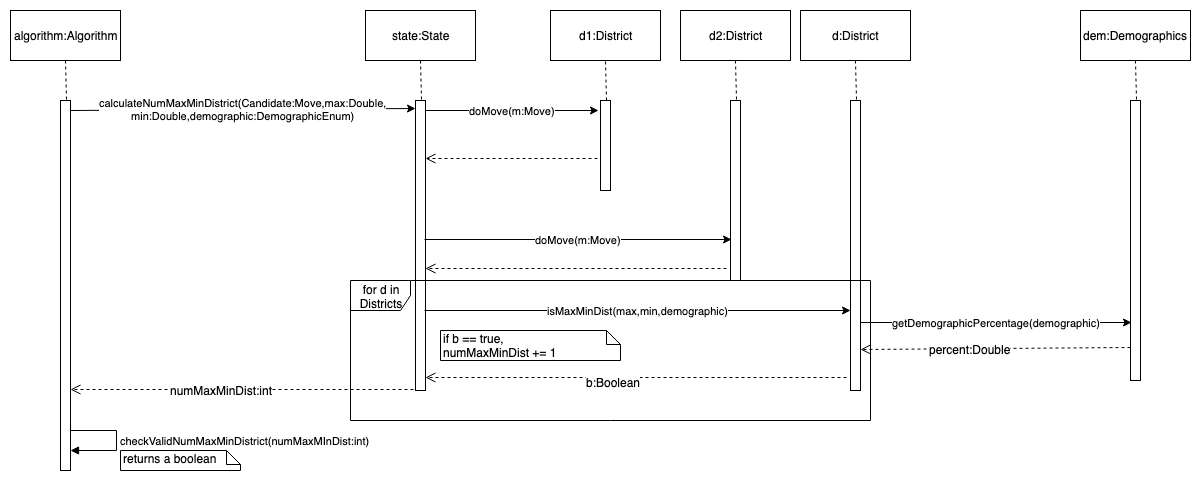
The draw.io diagram Presentation/SequenceDiagrams/31. Use majority-minority district constraint in precinct candidate selection.png in Randypaquette13/CSE308New, before a commit. Source tidied: cells renumbered, new cells last; positions are measured from the earlier drawing's top-left corner, leaving out a move shared by most shapes.
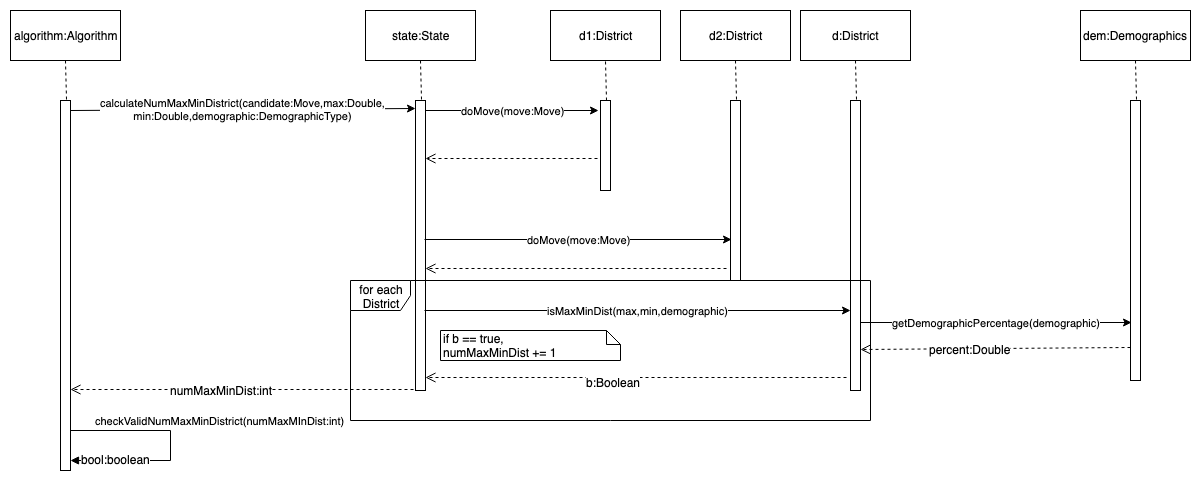
After the commit.

What changed in the source:
```diff
@@ -20,7 +20,7 @@
     <mxCell id="7" style="endArrow=none;dashed=1;html=1;entryX=0.5;entryY=1;entryDx=0;entryDy=0;exitX=0.6;exitY=-0.004;exitDx=0;exitDy=0;exitPerimeter=0;" parent="1" edge="1" source="5" target="6">
       <mxGeometry relative="1" as="geometry" />
     </mxCell>
-    <mxCell id="8" value="calculateNumMaxMinDistrict(Candidate:Move,max:Double,&lt;br&gt;min:Double,demographic:DemographicEnum)&lt;br&gt;" style="endArrow=classic;html=1;exitX=1;exitY=0.026;exitDx=0;exitDy=0;exitPerimeter=0;entryX=0;entryY=0.026;entryDx=0;entryDy=0;entryPerimeter=0;" parent="1" edge="1" source="2" target="5">
+    <mxCell id="8" value="calculateNumMaxMinDistrict(candidate:Move,max:Double,&lt;br&gt;min:Double,demographic:DemographicType)&lt;br&gt;" style="endArrow=classic;html=1;exitX=1;exitY=0.026;exitDx=0;exitDy=0;exitPerimeter=0;entryX=0;entryY=0.026;entryDx=0;entryDy=0;entryPerimeter=0;" parent="1" edge="1" source="2" target="5">
       <mxGeometry relative="1" as="geometry" />
     </mxCell>
     <mxCell id="9" style="html=1;points=[];perimeter=orthogonalPerimeter;" parent="1" vertex="1">
@@ -50,13 +50,13 @@
     <mxCell id="17" style="endArrow=none;dashed=1;html=1;entryX=0.5;entryY=1;entryDx=0;entryDy=0;exitX=0.6;exitY=-0.004;exitDx=0;exitDy=0;exitPerimeter=0;" parent="1" edge="1" source="15" target="16">
       <mxGeometry relative="1" as="geometry" />
     </mxCell>
-    <mxCell id="18" value="doMove(m:Move)" style="endArrow=classic;html=1;exitX=1.1;exitY=0.017;exitDx=0;exitDy=0;exitPerimeter=0;" parent="1" edge="1">
+    <mxCell id="18" value="doMove(move:Move)" style="endArrow=classic;html=1;exitX=1.1;exitY=0.017;exitDx=0;exitDy=0;exitPerimeter=0;" parent="1" edge="1">
       <mxGeometry relative="1" as="geometry">
         <mxPoint x="415" y="100" as="sourcePoint" />
         <mxPoint x="588" y="100" as="targetPoint" />
       </mxGeometry>
     </mxCell>
-    <mxCell id="19" value="doMove(m:Move)" style="endArrow=classic;html=1;entryX=0.1;entryY=0.772;entryDx=0;entryDy=0;entryPerimeter=0;" parent="1" edge="1" target="15">
+    <mxCell id="19" value="doMove(move:Move)" style="endArrow=classic;html=1;entryX=0.1;entryY=0.772;entryDx=0;entryDy=0;entryPerimeter=0;" parent="1" edge="1" target="15">
       <mxGeometry relative="1" as="geometry">
         <mxPoint x="414" y="229" as="sourcePoint" />
       </mxGeometry>
@@ -102,25 +102,25 @@
     <mxCell id="32" value="percent:Double" style="text;html=1;align=center;verticalAlign=middle;labelBackgroundColor=#ffffff;" parent="31" vertex="1">
       <mxGeometry x="0.2" relative="1" as="geometry" />
     </mxCell>
-    <mxCell id="33" value="for d in Districts" style="shape=umlFrame;whiteSpace=wrap;html=1;" parent="1" vertex="1">
+    <mxCell id="33" value="for each District" style="shape=umlFrame;whiteSpace=wrap;html=1;" parent="1" vertex="1">
       <mxGeometry x="340" y="270" width="520" height="140" as="geometry" />
     </mxCell>
     <mxCell id="34" value="if b == true,&lt;br&gt;numMaxMinDist += 1&lt;br&gt;" style="shape=note;whiteSpace=wrap;html=1;size=14;verticalAlign=top;align=left;spacingTop=-6;" parent="1" vertex="1">
       <mxGeometry x="430" y="320" width="180" height="30" as="geometry" />
     </mxCell>
     <mxCell id="35" value="checkValidNumMaxMinDistrict(numMaxMInDist:int)" style="edgeStyle=orthogonalEdgeStyle;html=1;align=left;spacingLeft=2;endArrow=block;rounded=0;" parent="1" edge="1">
-      <mxGeometry relative="1" as="geometry">
+      <mxGeometry x="-0.82" y="10" relative="1" as="geometry">
         <mxPoint x="60" y="420" as="sourcePoint" />
-        <mxPoint x="60" y="440" as="targetPoint" />
+        <mxPoint x="60" y="450" as="targetPoint" />
         <Array as="points">
-          <mxPoint x="106" y="420" />
-          <mxPoint x="106" y="440" />
-          <mxPoint x="60" y="440" />
+          <mxPoint x="160" y="420" />
+          <mxPoint x="160" y="450" />
+          <mxPoint x="60" y="450" />
         </Array>
       </mxGeometry>
     </mxCell>
-    <mxCell id="36" value="returns a boolean" style="shape=note;whiteSpace=wrap;html=1;size=14;verticalAlign=top;align=left;spacingTop=-6;" parent="1" vertex="1">
-      <mxGeometry x="110" y="440" width="120" height="20" as="geometry" />
-    </mxCell>
+    <mxCell id="37" value="bool:boolean" style="text;html=1;align=center;verticalAlign=middle;labelBackgroundColor=#ffffff;" parent="35" vertex="1">
+      <mxGeometry x="0.61" y="-2" relative="1" as="geometry" />
+    </mxCell>
   </root>
 </mxGraphModel>
```
